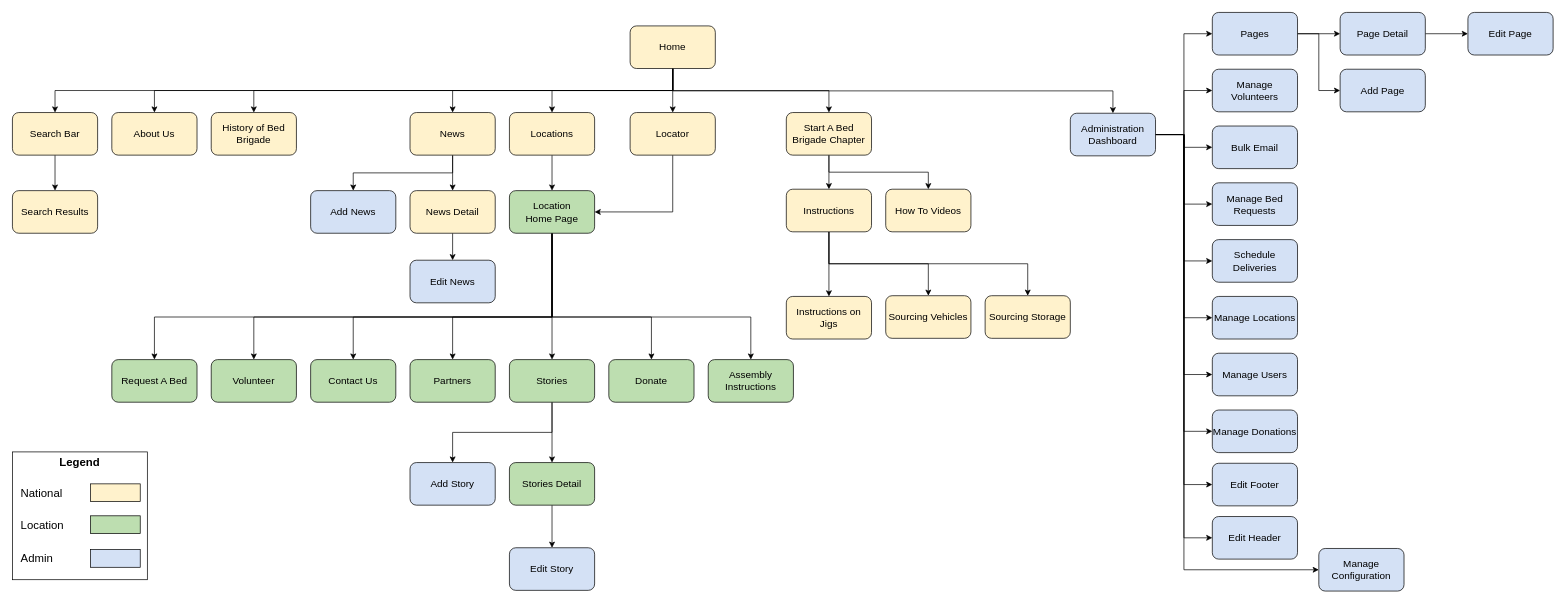
GregFinzer/BedBrigadeNational keeps this draw.io diagram as Documentation/Design/Information Architecture Diagram.drawio. Above is the earlier version. Source tidied: cells renumbered, new cells numbered last; positions are measured from the earlier drawing's top-left corner, leaving out a move shared by most shapes. Both pictures are drawn from the tidied source at 71%, with x=0, y=0 at pixel (12, 12).
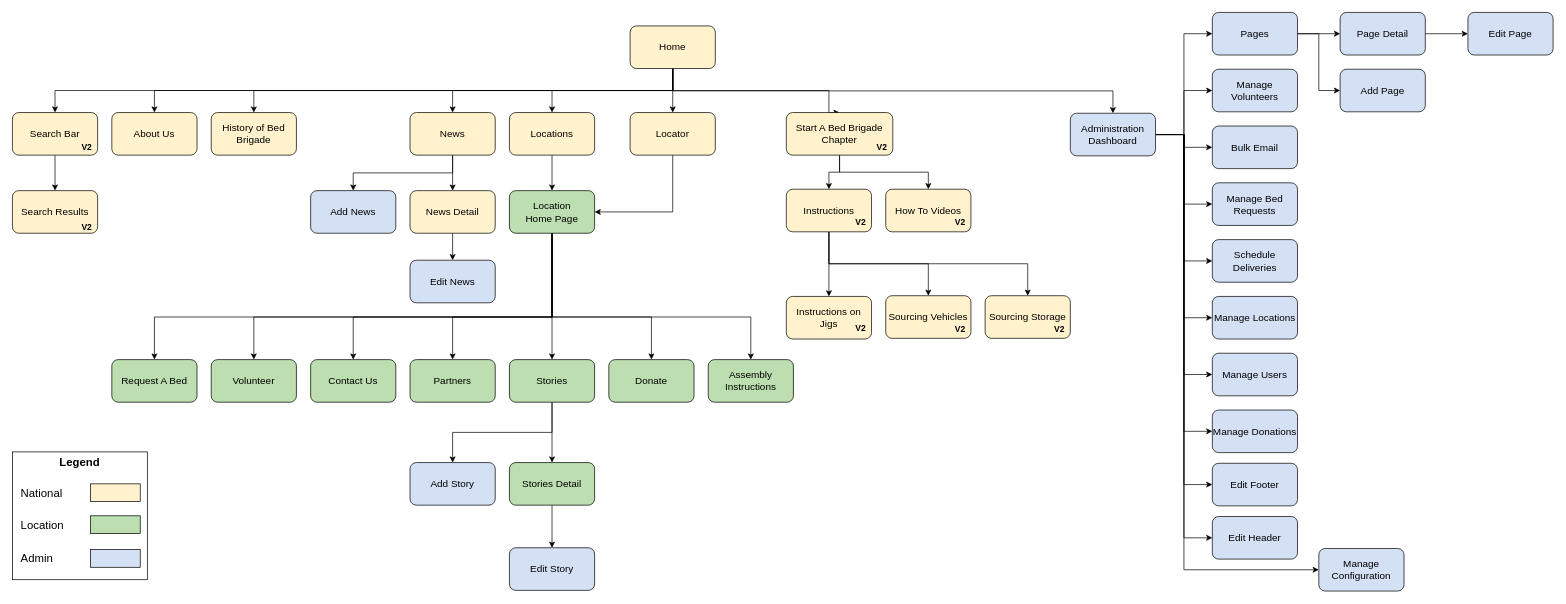
The same page after the edit.

Diff of the diagram source:
```diff
@@
     <mxCell id="87" value="&lt;font style=&quot;font-size: 14px;&quot;&gt;Start A Bed Brigade Chapter&lt;/font&gt;" style="rounded=1;whiteSpace=wrap;html=1;fillColor=#FFF2CC;" parent="1" vertex="1">
-      <mxGeometry x="1090" y="141" width="120" height="60" as="geometry" />
+      <mxGeometry x="1090" y="141" width="150" height="60" as="geometry" />
     </mxCell>
@@
+    <mxCell id="96" value="V2" style="text;html=1;strokeColor=none;fillColor=none;align=center;verticalAlign=middle;whiteSpace=wrap;rounded=0;fontStyle=1;" parent="1" vertex="1">
+      <mxGeometry x="90" y="175" width="30" height="30" as="geometry" />
+    </mxCell>
+    <mxCell id="97" value="V2" style="text;html=1;strokeColor=none;fillColor=none;align=center;verticalAlign=middle;whiteSpace=wrap;rounded=0;fontStyle=1;" parent="1" vertex="1">
+      <mxGeometry x="90" y="288" width="30" height="30" as="geometry" />
+    </mxCell>
+    <mxCell id="98" value="V2" style="text;html=1;strokeColor=none;fillColor=none;align=center;verticalAlign=middle;whiteSpace=wrap;rounded=0;fontStyle=1;" parent="1" vertex="1">
+      <mxGeometry x="1180" y="281" width="30" height="30" as="geometry" />
+    </mxCell>
+    <mxCell id="99" value="V2" style="text;html=1;strokeColor=none;fillColor=none;align=center;verticalAlign=middle;whiteSpace=wrap;rounded=0;fontStyle=1;" parent="1" vertex="1">
+      <mxGeometry x="1180" y="430" width="30" height="30" as="geometry" />
+    </mxCell>
+    <mxCell id="100" value="V2" style="text;html=1;strokeColor=none;fillColor=none;align=center;verticalAlign=middle;whiteSpace=wrap;rounded=0;fontStyle=1;" parent="1" vertex="1">
+      <mxGeometry x="1320" y="432" width="30" height="30" as="geometry" />
+    </mxCell>
+    <mxCell id="101" value="V2" style="text;html=1;strokeColor=none;fillColor=none;align=center;verticalAlign=middle;whiteSpace=wrap;rounded=0;fontStyle=1;" parent="1" vertex="1">
+      <mxGeometry x="1460" y="432" width="30" height="30" as="geometry" />
+    </mxCell>
+    <mxCell id="102" value="V2" style="text;html=1;strokeColor=none;fillColor=none;align=center;verticalAlign=middle;whiteSpace=wrap;rounded=0;fontStyle=1;" parent="1" vertex="1">
+      <mxGeometry x="1320" y="281" width="30" height="30" as="geometry" />
+    </mxCell>
+    <mxCell id="103" value="V2" style="text;html=1;strokeColor=none;fillColor=none;align=center;verticalAlign=middle;whiteSpace=wrap;rounded=0;fontStyle=1;" parent="1" vertex="1">
+      <mxGeometry x="1210" y="175" width="30" height="30" as="geometry" />
+    </mxCell>
```
